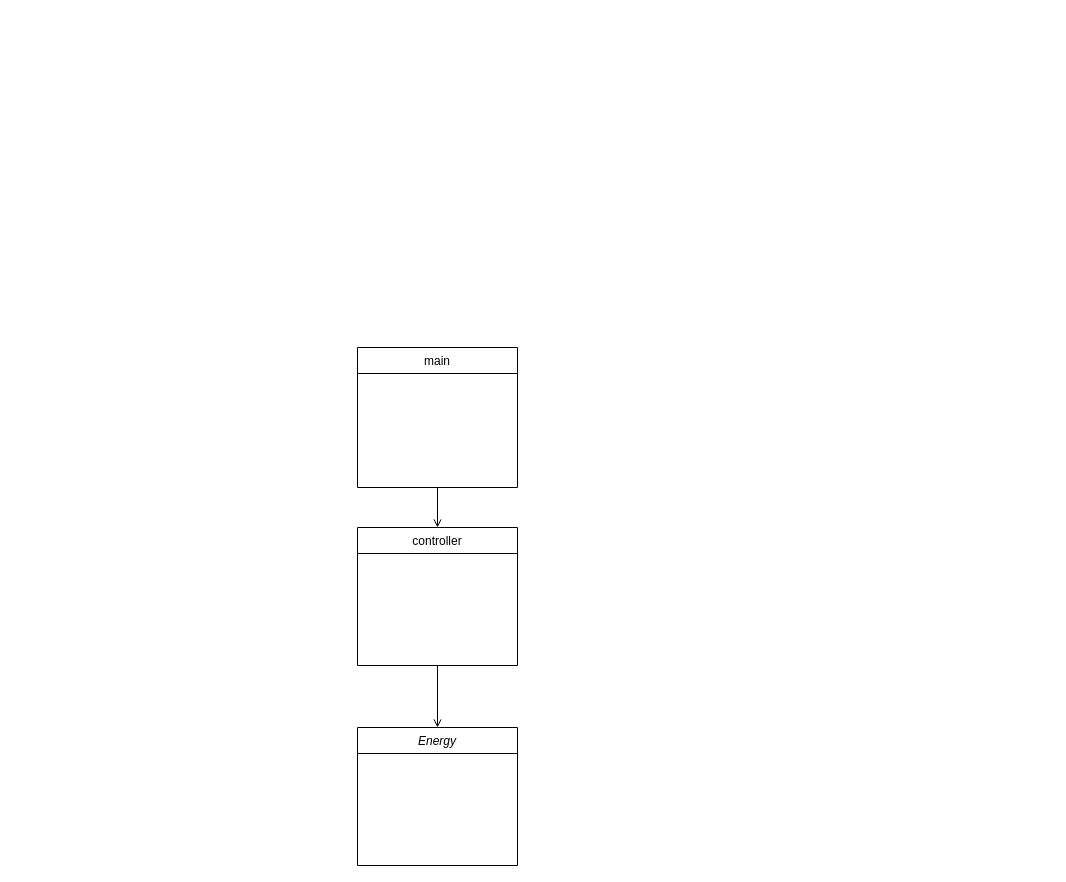
Before: energy_java.drawio in RinaBoni/4tern-oop, a draw.io diagram. Source tidied: cells renumbered, new cells numbered last; positions are measured from the earlier drawing's top-left corner, leaving out a move shared by most shapes. Both pictures are drawn from the tidied source at 100%, with x=0, y=0 at pixel (357, 347).
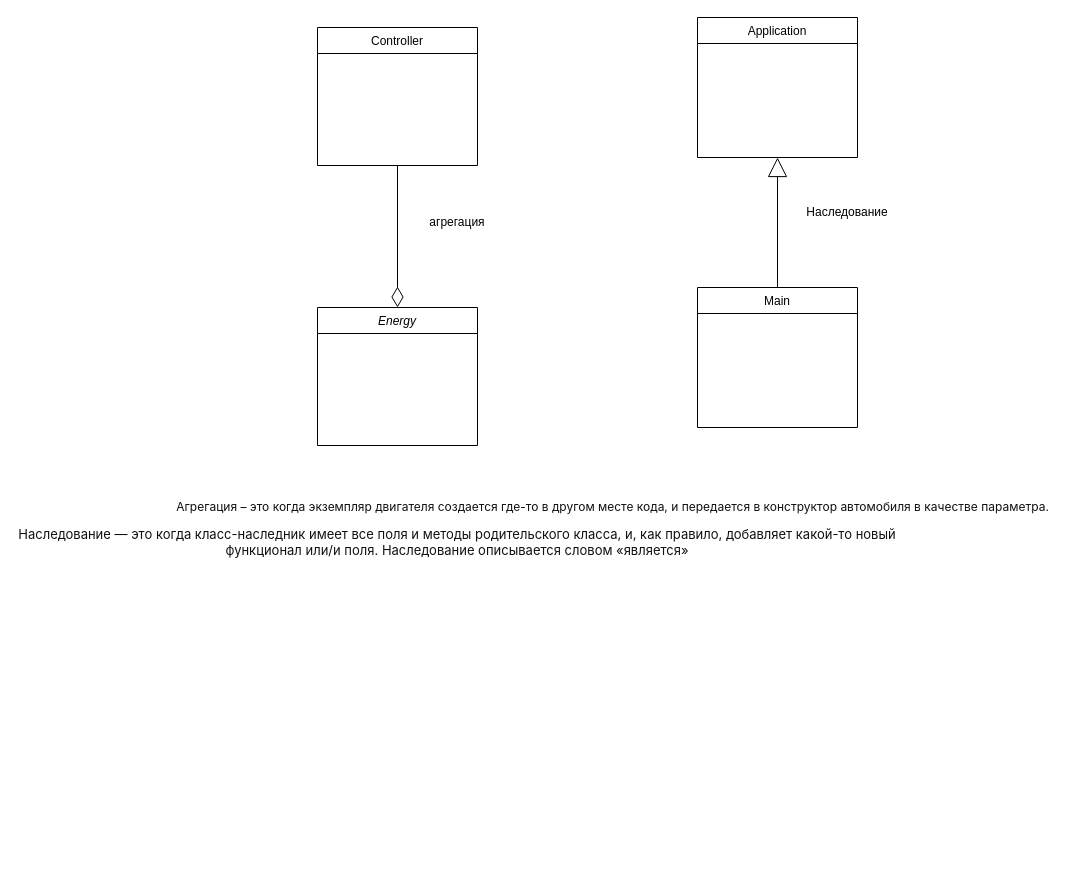
Above is the later version.

What changed in the source:
```diff
@@
 <mxGraphModel>
   <root>
     <mxCell id="0" />
     <mxCell id="1" parent="0" />
     <mxCell id="2" value="Energy" style="swimlane;fontStyle=2;align=center;verticalAlign=top;horizontal=1;startSize=26;rounded=0;shadow=0;strokeWidth=1;" parent="1" vertex="1">
-      <mxGeometry y="380" width="160" height="138" as="geometry" />
+      <mxGeometry x="-40" y="-40" width="160" height="138" as="geometry" />
     </mxCell>
-    <mxCell id="3" style="edgeStyle=orthogonalEdgeStyle;rounded=0;jettySize=auto;html=1;entryX=0.5;entryY=0;entryDx=0;entryDy=0;endArrow=open;endFill=0;" parent="1" edge="1" source="4" target="2">
+    <mxCell id="3" style="edgeStyle=orthogonalEdgeStyle;rounded=0;jettySize=auto;html=1;entryX=0.5;entryY=0;entryDx=0;entryDy=0;endArrow=diamondThin;endFill=0;strokeWidth=1;targetPerimeterSpacing=0;shadow=0;endSize=18;" parent="1" edge="1" source="4" target="2">
       <mxGeometry relative="1" as="geometry" />
     </mxCell>
-    <mxCell id="4" value="controller" style="swimlane;fontStyle=0;align=center;verticalAlign=top;horizontal=1;startSize=26;rounded=0;shadow=0;strokeWidth=1;" parent="1" vertex="1">
-      <mxGeometry y="180" width="160" height="138" as="geometry" />
+    <mxCell id="4" value="Сontroller" style="swimlane;fontStyle=0;align=center;verticalAlign=top;horizontal=1;startSize=26;rounded=0;shadow=0;strokeWidth=1;" parent="1" vertex="1">
+      <mxGeometry x="-40" y="-320" width="160" height="138" as="geometry" />
     </mxCell>
-    <mxCell id="5" style="edgeStyle=orthogonalEdgeStyle;rounded=0;jettySize=auto;html=1;entryX=0.5;entryY=0;entryDx=0;entryDy=0;endArrow=open;endFill=0;" parent="1" edge="1" source="6" target="4">
-      <mxGeometry relative="1" as="geometry" />
-    </mxCell>
+    <mxCell id="7" style="edgeStyle=orthogonalEdgeStyle;rounded=0;jettySize=auto;html=1;entryX=0.5;entryY=1;entryDx=0;entryDy=0;shadow=0;fontSize=13;endArrow=block;endFill=0;endSize=17;targetPerimeterSpacing=0;strokeWidth=1;" parent="1" edge="1" source="6" target="9">
+      <mxGeometry relative="1" as="geometry" />
+    </mxCell>
-    <mxCell id="6" value="main" style="swimlane;fontStyle=0;align=center;verticalAlign=top;horizontal=1;startSize=26;rounded=0;shadow=0;strokeWidth=1;" parent="1" vertex="1">
-      <mxGeometry width="160" height="140" as="geometry" />
+    <mxCell id="6" value="Main" style="swimlane;fontStyle=0;align=center;verticalAlign=top;horizontal=1;startSize=26;rounded=0;shadow=0;strokeWidth=1;" parent="1" vertex="1">
+      <mxGeometry x="340" y="-60" width="160" height="140" as="geometry" />
     </mxCell>
+    <mxCell id="8" value="&lt;span style=&quot;color: rgb(17, 17, 17); font-family: -apple-system, BlinkMacSystemFont, Arial, sans-serif; text-align: start; background-color: rgb(255, 255, 255);&quot;&gt;&lt;font style=&quot;font-size: 12px;&quot;&gt;Агрегация – это когда экземпляр двигателя создается где-то в другом месте кода, и передается в конструктор автомобиля в качестве параметра.&lt;/font&gt;&lt;/span&gt;" style="text;html=1;align=center;verticalAlign=middle;strokeColor=none;fillColor=none;" parent="1" vertex="1">
+      <mxGeometry x="-160" y="150" width="830" height="20" as="geometry" />
+    </mxCell>
+    <mxCell id="9" value="Application" style="swimlane;fontStyle=0;align=center;verticalAlign=top;horizontal=1;startSize=26;rounded=0;shadow=0;strokeWidth=1;" parent="1" vertex="1">
+      <mxGeometry x="340" y="-330" width="160" height="140" as="geometry" />
+    </mxCell>
+    <mxCell id="10" value="Наследование" style="text;html=1;strokeColor=none;fillColor=none;align=center;verticalAlign=middle;whiteSpace=wrap;rounded=0;" parent="1" vertex="1">
+      <mxGeometry x="460" y="-150" width="60" height="30" as="geometry" />
+    </mxCell>
+    <mxCell id="11" value="агрегация" style="text;html=1;strokeColor=none;fillColor=none;align=center;verticalAlign=middle;whiteSpace=wrap;rounded=0;" parent="1" vertex="1">
+      <mxGeometry x="70" y="-140" width="60" height="30" as="geometry" />
+    </mxCell>
+    <mxCell id="12" value="&lt;span style=&quot;color: rgb(17, 17, 17); font-family: -apple-system, BlinkMacSystemFont, Arial, sans-serif; font-size: 13px; text-align: start; background-color: rgb(255, 255, 255);&quot;&gt;Наследование — это когда класс-наследник имеет все поля и методы родительского класса, и, как правило, добавляет какой-то новый функционал или/и поля. Наследование описывается словом «является»&lt;/span&gt;" style="text;html=1;strokeColor=none;fillColor=none;align=center;verticalAlign=middle;whiteSpace=wrap;rounded=0;fontSize=12;" parent="1" vertex="1">
+      <mxGeometry x="-340" y="180" width="880" height="30" as="geometry" />
+    </mxCell>
   </root>
 </mxGraphModel>
```
